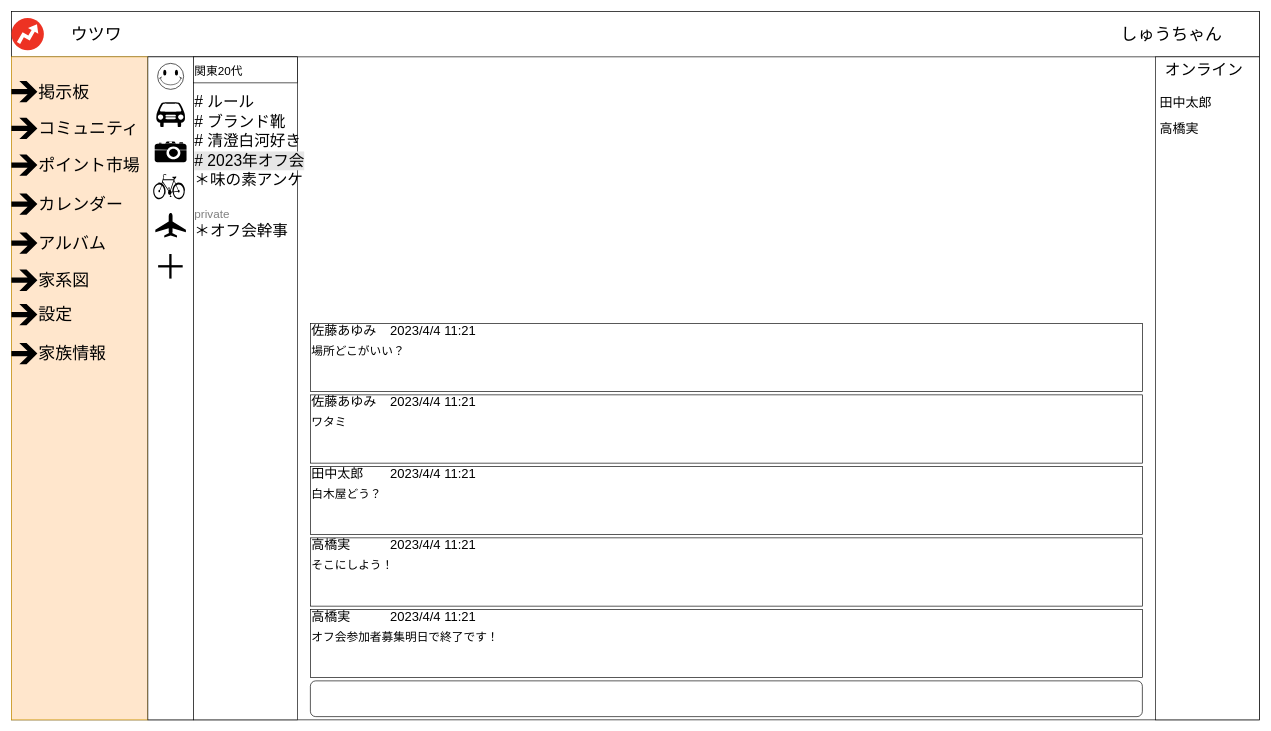
Above: page "コミュニティTOP画面" (7 of 10) of doc/画面.drawio in KoMMet/OyakoProject (draw.io), before the change. Source tidied: cells renumbered, new cells numbered last; positions are measured from the earlier drawing's top-left corner, leaving out a move shared by most shapes. Both pictures are drawn from the tidied source at 65%, with x=0, y=0 at pixel (11, 11).
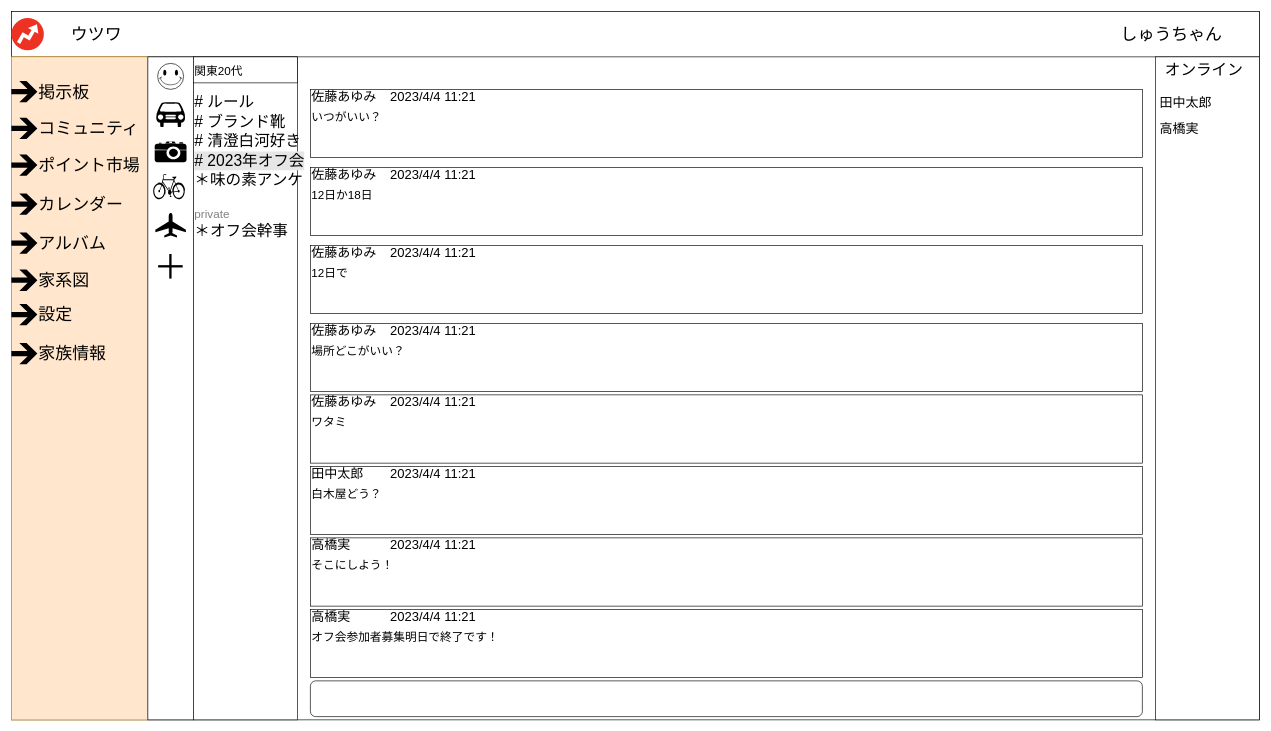
Above is the later version.

Change to the diagram source:
```diff
@@
+    <mxCell id="72" style="group;" parent="1" vertex="1">
+      <mxGeometry x="460" y="360" width="1280" height="105" as="geometry" />
+    </mxCell>
+    <mxCell id="73" style="rounded=0;whiteSpace=wrap;html=1;strokeColor=#000000;fillColor=none;fontSize=24;align=left;" parent="72" vertex="1">
+      <mxGeometry width="1280" height="105" as="geometry" />
+    </mxCell>
+    <mxCell id="74" value="&lt;span style=&quot;font-size: 20px&quot;&gt;佐藤あゆみ&lt;/span&gt;" style="text;html=1;strokeColor=none;fillColor=none;align=left;verticalAlign=middle;whiteSpace=wrap;rounded=0;fontSize=24;" parent="72" vertex="1">
+      <mxGeometry width="110" height="20" as="geometry" />
+    </mxCell>
+    <mxCell id="75" value="&lt;span style=&quot;font-size: 20px&quot;&gt;2023/4/4 11:21&lt;/span&gt;" style="text;html=1;strokeColor=none;fillColor=none;align=left;verticalAlign=middle;whiteSpace=wrap;rounded=0;fontSize=24;" parent="72" vertex="1">
+      <mxGeometry x="121" width="159" height="20" as="geometry" />
+    </mxCell>
+    <mxCell id="76" value="&lt;span style=&quot;font-size: 18px&quot;&gt;12日で&lt;/span&gt;" style="text;html=1;strokeColor=none;fillColor=none;align=left;verticalAlign=top;whiteSpace=wrap;rounded=0;fontSize=24;" parent="72" vertex="1">
+      <mxGeometry y="20" width="1280" height="80" as="geometry" />
+    </mxCell>
+    <mxCell id="77" style="group;" parent="1" vertex="1">
+      <mxGeometry x="460" y="240" width="1280" height="105" as="geometry" />
+    </mxCell>
+    <mxCell id="78" style="rounded=0;whiteSpace=wrap;html=1;strokeColor=#000000;fillColor=none;fontSize=24;align=left;" parent="77" vertex="1">
+      <mxGeometry width="1280" height="105" as="geometry" />
+    </mxCell>
+    <mxCell id="79" value="&lt;span style=&quot;font-size: 20px&quot;&gt;佐藤あゆみ&lt;/span&gt;" style="text;html=1;strokeColor=none;fillColor=none;align=left;verticalAlign=middle;whiteSpace=wrap;rounded=0;fontSize=24;" parent="77" vertex="1">
+      <mxGeometry width="110" height="20" as="geometry" />
+    </mxCell>
+    <mxCell id="80" value="&lt;span style=&quot;font-size: 20px&quot;&gt;2023/4/4 11:21&lt;/span&gt;" style="text;html=1;strokeColor=none;fillColor=none;align=left;verticalAlign=middle;whiteSpace=wrap;rounded=0;fontSize=24;" parent="77" vertex="1">
+      <mxGeometry x="121" width="159" height="20" as="geometry" />
+    </mxCell>
+    <mxCell id="81" value="&lt;span style=&quot;font-size: 18px&quot;&gt;12日か18日&lt;/span&gt;" style="text;html=1;strokeColor=none;fillColor=none;align=left;verticalAlign=top;whiteSpace=wrap;rounded=0;fontSize=24;" parent="77" vertex="1">
+      <mxGeometry y="20" width="1280" height="80" as="geometry" />
+    </mxCell>
+    <mxCell id="82" style="group;" parent="1" vertex="1">
+      <mxGeometry x="460" y="120" width="1280" height="105" as="geometry" />
+    </mxCell>
+    <mxCell id="83" style="rounded=0;whiteSpace=wrap;html=1;strokeColor=#000000;fillColor=none;fontSize=24;align=left;" parent="82" vertex="1">
+      <mxGeometry width="1280" height="105" as="geometry" />
+    </mxCell>
+    <mxCell id="84" value="&lt;span style=&quot;font-size: 20px&quot;&gt;佐藤あゆみ&lt;/span&gt;" style="text;html=1;strokeColor=none;fillColor=none;align=left;verticalAlign=middle;whiteSpace=wrap;rounded=0;fontSize=24;" parent="82" vertex="1">
+      <mxGeometry width="110" height="20" as="geometry" />
+    </mxCell>
+    <mxCell id="85" value="&lt;span style=&quot;font-size: 20px&quot;&gt;2023/4/4 11:21&lt;/span&gt;" style="text;html=1;strokeColor=none;fillColor=none;align=left;verticalAlign=middle;whiteSpace=wrap;rounded=0;fontSize=24;" parent="82" vertex="1">
+      <mxGeometry x="121" width="159" height="20" as="geometry" />
+    </mxCell>
+    <mxCell id="86" value="&lt;span style=&quot;font-size: 18px&quot;&gt;いつがいい？&lt;/span&gt;" style="text;html=1;strokeColor=none;fillColor=none;align=left;verticalAlign=top;whiteSpace=wrap;rounded=0;fontSize=24;" parent="82" vertex="1">
+      <mxGeometry y="20" width="1280" height="80" as="geometry" />
+    </mxCell>
```
